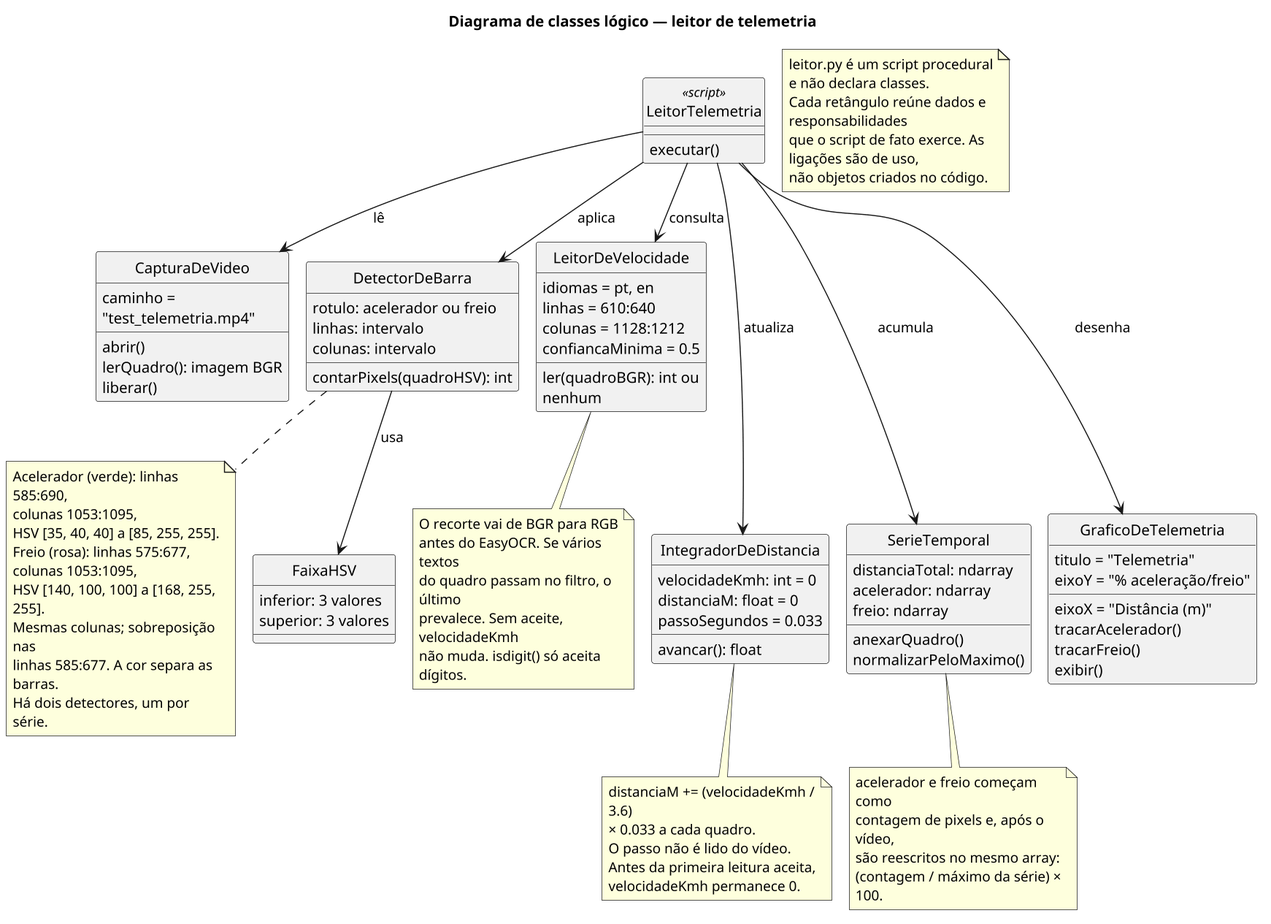
This is docs/diagramas/diagrama-classes.png from Matheus-Hen/telemetria_cloud, a PlantUML export, as it was before one commit.
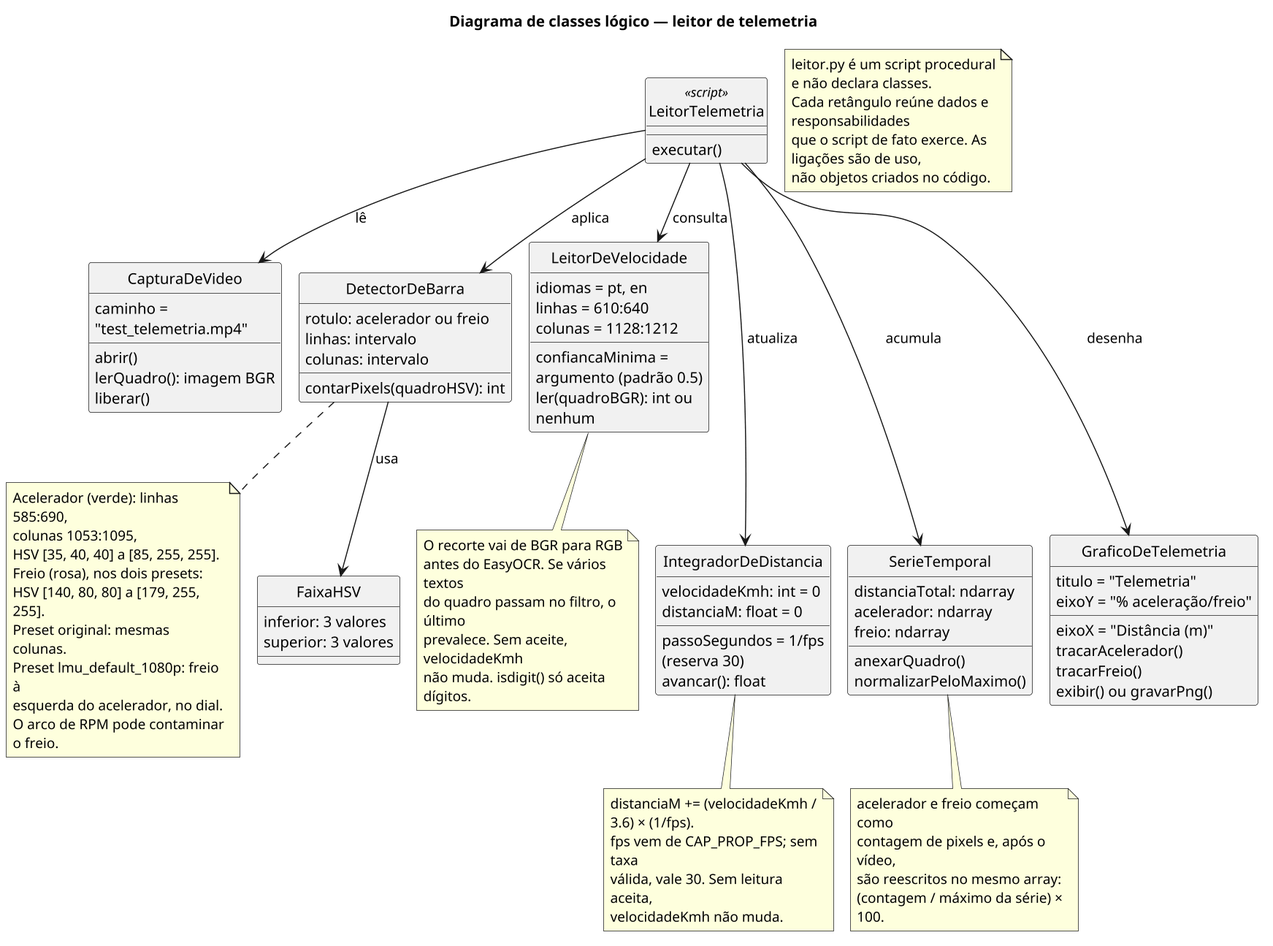
The same diagram one commit later.

Commit message:
Ajusta o leitor ao HUD padrão do Le Mans Ultimate.

Change to the diagram source:
```diff
@@ -44,14 +44,14 @@
   idiomas = pt, en
   linhas = 610:640
   colunas = 1128:1212
-  confiancaMinima = 0.5
+  confiancaMinima = argumento (padrão 0.5)
   ler(quadroBGR): int ou nenhum
 }
 
 class IntegradorDeDistancia {
   velocidadeKmh: int = 0
   distanciaM: float = 0
-  passoSegundos = 0.033
+  passoSegundos = 1/fps (reserva 30)
   avancar(): float
 }
 
@@ -69,7 +69,7 @@
   eixoY = "% aceleração/freio"
   tracarAcelerador()
   tracarFreio()
-  exibir()
+  exibir() ou gravarPng()
 }
 
 LeitorTelemetria --> CapturaDeVideo : lê
@@ -90,12 +90,12 @@
   Acelerador (verde): linhas 585:690,
   colunas 1053:1095,
   HSV [35, 40, 40] a [85, 255, 255].
-  Freio (rosa): linhas 575:677,
-  colunas 1053:1095,
-  HSV [140, 100, 100] a [168, 255, 255].
-  Mesmas colunas; sobreposição nas
-  linhas 585:677. A cor separa as barras.
-  Há dois detectores, um por série.
+  Freio (rosa), nos dois presets:
+  HSV [140, 80, 80] a [179, 255, 255].
+  Preset original: mesmas colunas.
+  Preset lmu_default_1080p: freio à
+  esquerda do acelerador, no dial.
+  O arco de RPM pode contaminar o freio.
 end note
 
 note bottom of LeitorDeVelocidade
@@ -107,11 +107,10 @@
 end note
 
 note bottom of IntegradorDeDistancia
-  distanciaM += (velocidadeKmh / 3.6)
-  × 0.033 a cada quadro.
-  O passo não é lido do vídeo.
-  Antes da primeira leitura aceita,
-  velocidadeKmh permanece 0.
+  distanciaM += (velocidadeKmh / 3.6) × (1/fps).
+  fps vem de CAP_PROP_FPS; sem taxa
+  válida, vale 30. Sem leitura aceita,
+  velocidadeKmh não muda.
 end note
 
 note bottom of SerieTemporal
```
